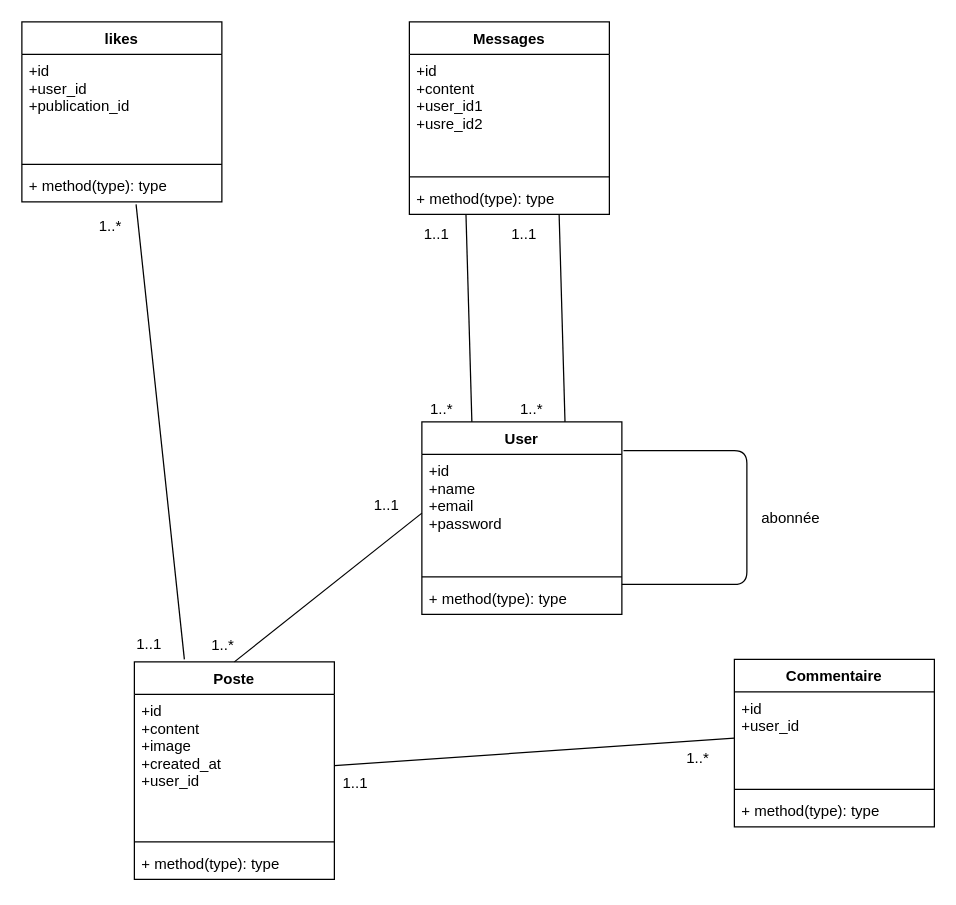
Before: conception/DC.drawio in IBNESSAYEH/YouConnect, a draw.io diagram. Source tidied: cells renumbered, new cells numbered last; positions are measured from the earlier drawing's top-left corner, leaving out a move shared by most shapes. Both pictures are drawn from the tidied source at 125%, with x=0, y=0 at pixel (21, 21).
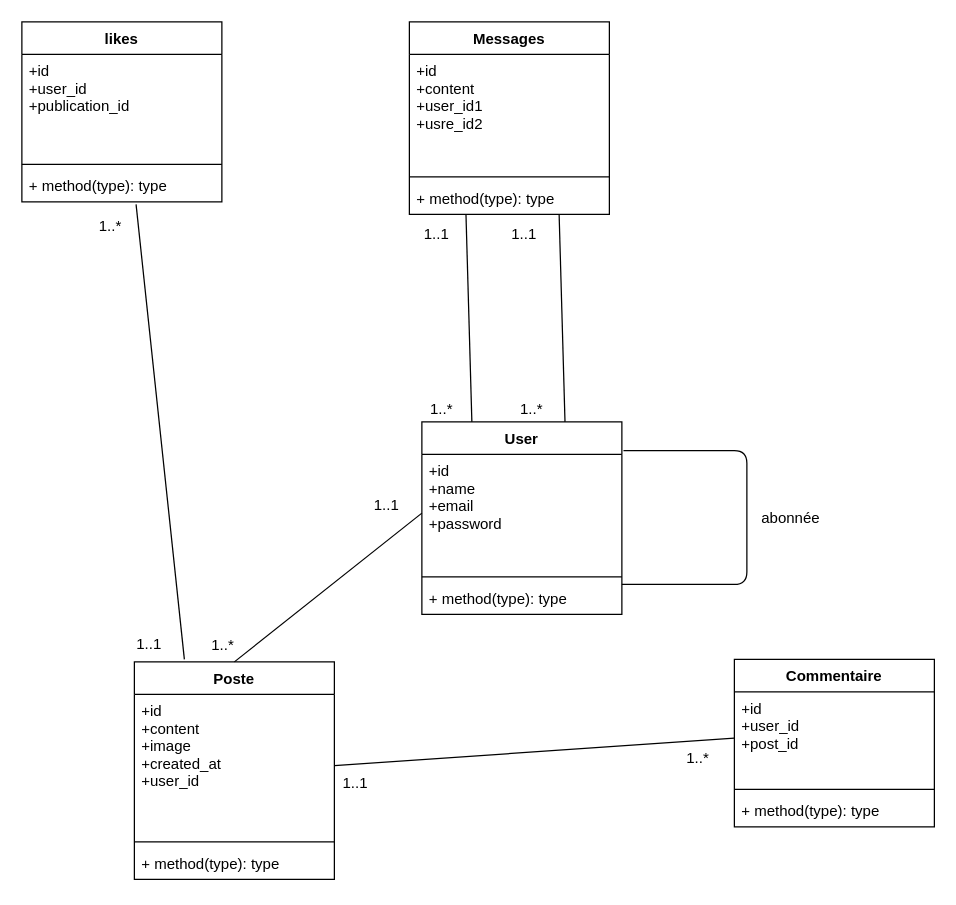
The same page after the edit.

Commit message:
update conception class diagram

The change refers to these unchanged cells:
```xml
<mxCell id="10" value="Commentaire" style="swimlane;fontStyle=1;align=center;verticalAlign=top;horizontal=1;startSize=26;" parent="1" vertex="1">
  <mxGeometry x="570" y="510" width="160" height="134" as="geometry" />
</mxCell>
```

Diff of the diagram source:
```diff
@@
-    <mxCell id="11" value="+id&#10;+user_id" style="text;strokeColor=none;fillColor=none;align=left;verticalAlign=top;spacingLeft=4;spacingRight=4;overflow=hidden;points=[[0,0.5],[1,0.5]];portConstraint=eastwest;" parent="10" vertex="1">
+    <mxCell id="11" value="+id&#10;+user_id&#10;+post_id" style="text;strokeColor=none;fillColor=none;align=left;verticalAlign=top;spacingLeft=4;spacingRight=4;overflow=hidden;points=[[0,0.5],[1,0.5]];portConstraint=eastwest;" parent="10" vertex="1">
       <mxGeometry y="26" width="160" height="74" as="geometry" />
     </mxCell>
```
